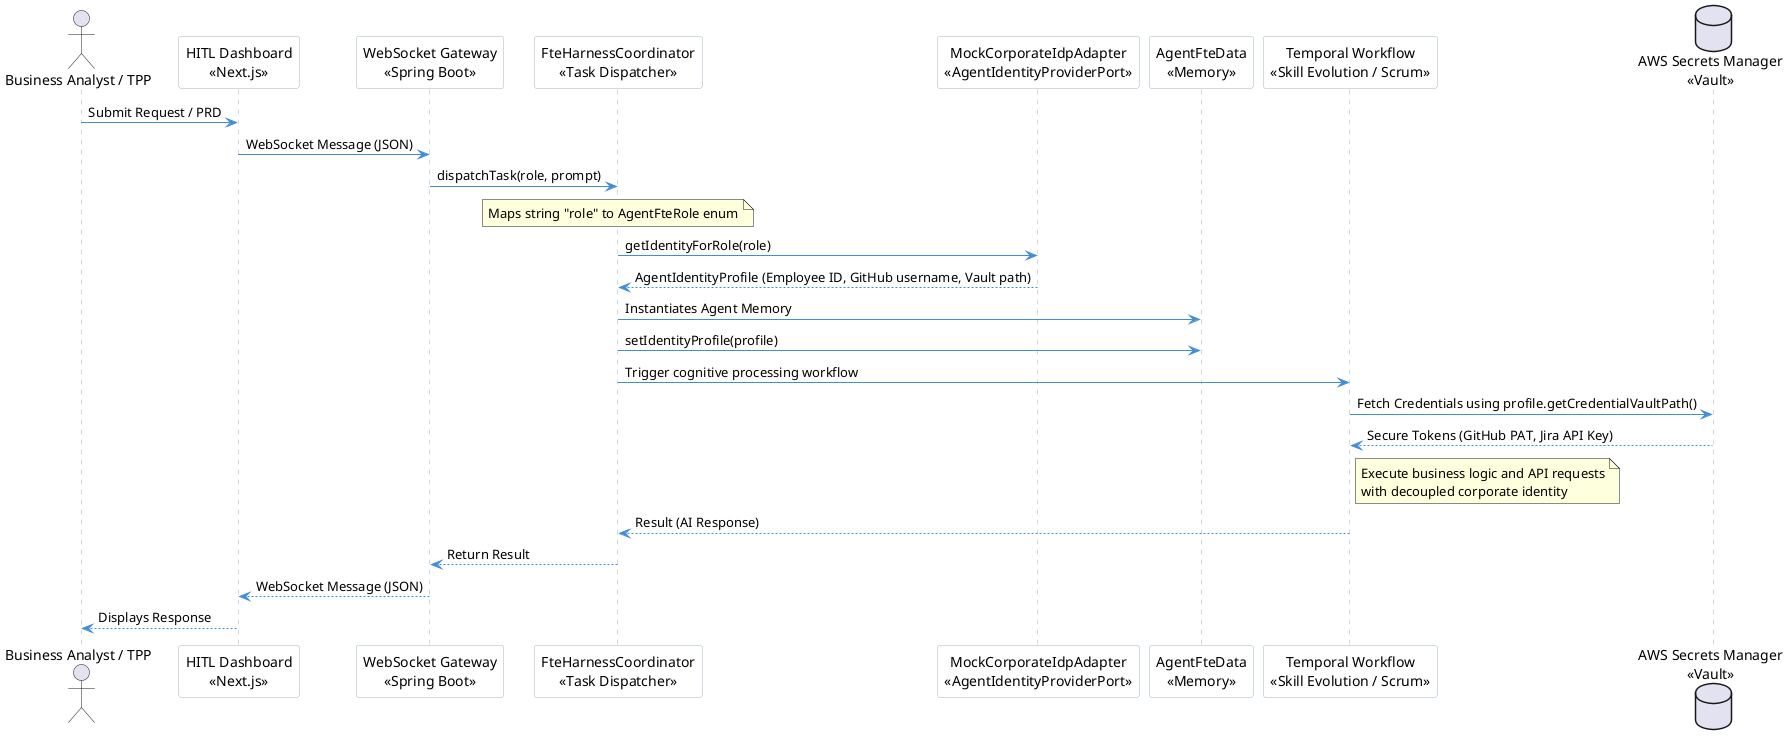
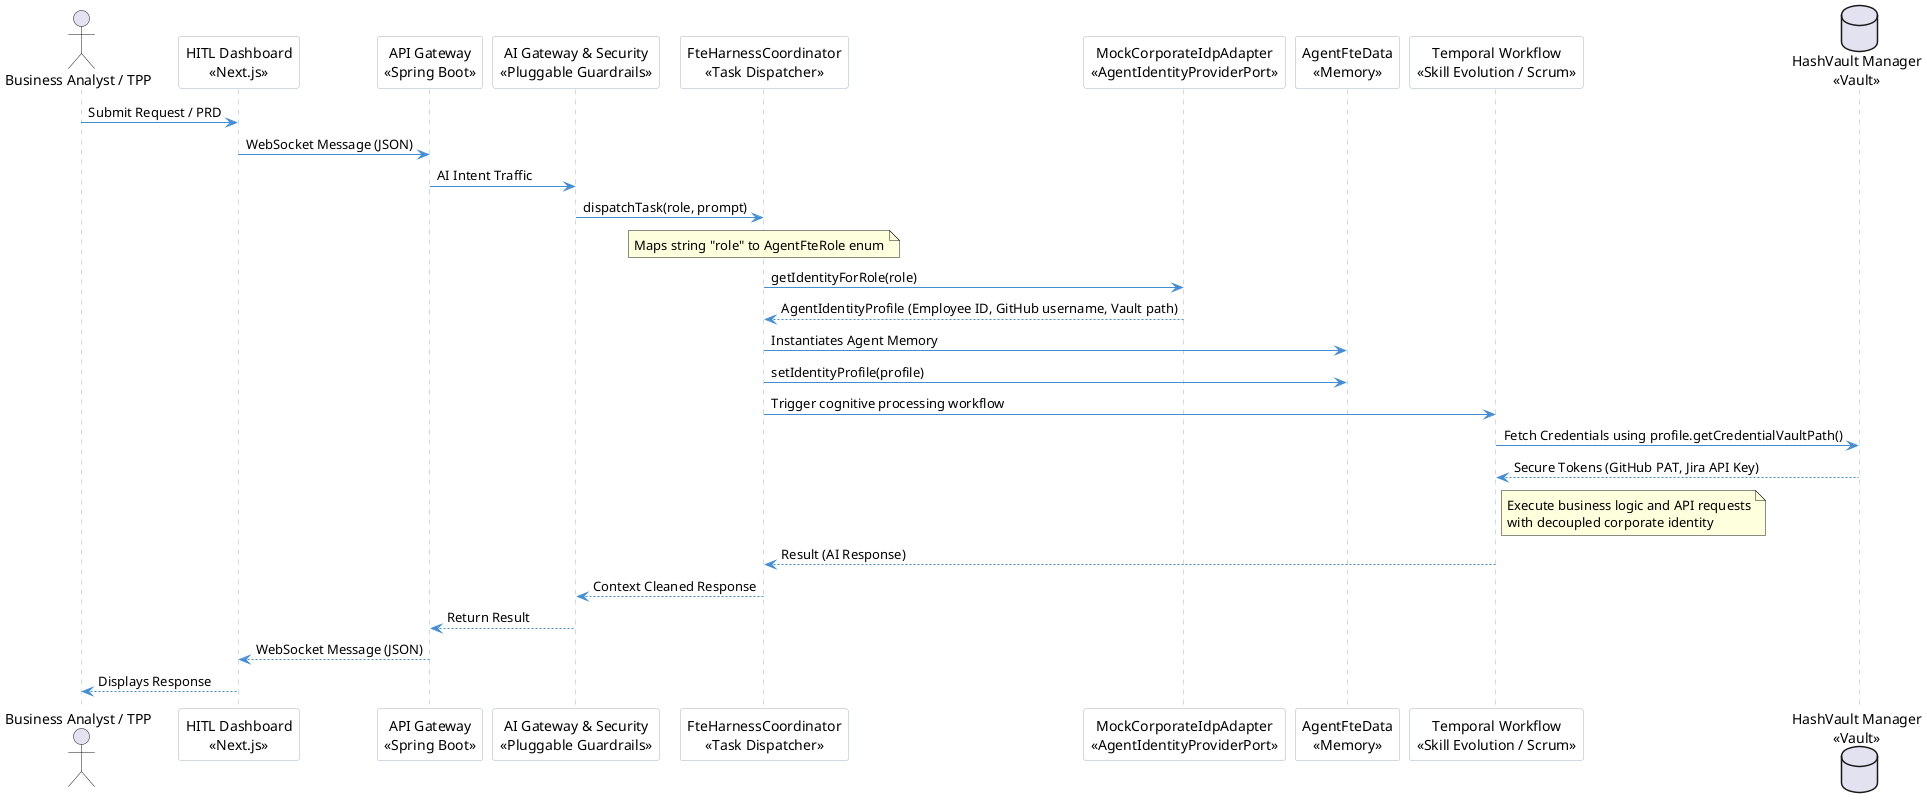
@startuml Agent_Identity_Sequence
skinparam sequence {
    ArrowColor #438dd5
    LifeLineBorderColor #a2b4c6
    LifeLineBackgroundColor #f4f6f8
    ParticipantBorderColor #a2b4c6
    ParticipantBackgroundColor #ffffff
}

actor "Business Analyst / TPP" as User
participant "HITL Dashboard\n<<Next.js>>" as UI
- participant "WebSocket Gateway\n<<Spring Boot>>" as WS
+ participant "API Gateway\n<<Spring Boot>>" as WS
+ participant "AI Gateway & Security\n<<Pluggable Guardrails>>" as AIGW
participant "FteHarnessCoordinator\n<<Task Dispatcher>>" as Harness
participant "MockCorporateIdpAdapter\n<<AgentIdentityProviderPort>>" as IDP
participant "AgentFteData\n<<Memory>>" as AgentData
participant "Temporal Workflow\n<<Skill Evolution / Scrum>>" as Temporal
- database "AWS Secrets Manager\n<<Vault>>" as Vault
+ database "HashVault Manager\n<<Vault>>" as Vault

User -> UI : Submit Request / PRD
UI -> WS : WebSocket Message (JSON)
- WS -> Harness : dispatchTask(role, prompt)
+ WS -> AIGW : AI Intent Traffic
+ AIGW -> Harness : dispatchTask(role, prompt)

note over Harness: Maps string "role" to AgentFteRole enum

Harness -> IDP : getIdentityForRole(role)
IDP --> Harness : AgentIdentityProfile (Employee ID, GitHub username, Vault path)

Harness -> AgentData : Instantiates Agent Memory
Harness -> AgentData : setIdentityProfile(profile)

Harness -> Temporal : Trigger cognitive processing workflow
Temporal -> Vault : Fetch Credentials using profile.getCredentialVaultPath()
Vault --> Temporal : Secure Tokens (GitHub PAT, Jira API Key)

note right of Temporal: Execute business logic and API requests\nwith decoupled corporate identity

Temporal --> Harness : Result (AI Response)
- Harness --> WS : Return Result
+ Harness --> AIGW : Context Cleaned Response
+ AIGW --> WS : Return Result
WS --> UI : WebSocket Message (JSON)
UI --> User : Displays Response
@enduml
